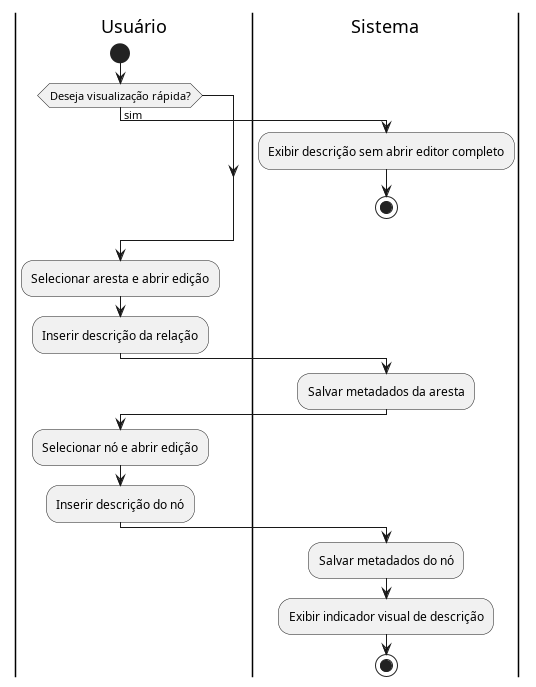
aspiringluke/Projeto-Integrado-Mobile keeps this PlantUML diagram as docs/casosUso/imagens/diagramas_atividade/diagrama_UC19.png. Above is the earlier version.
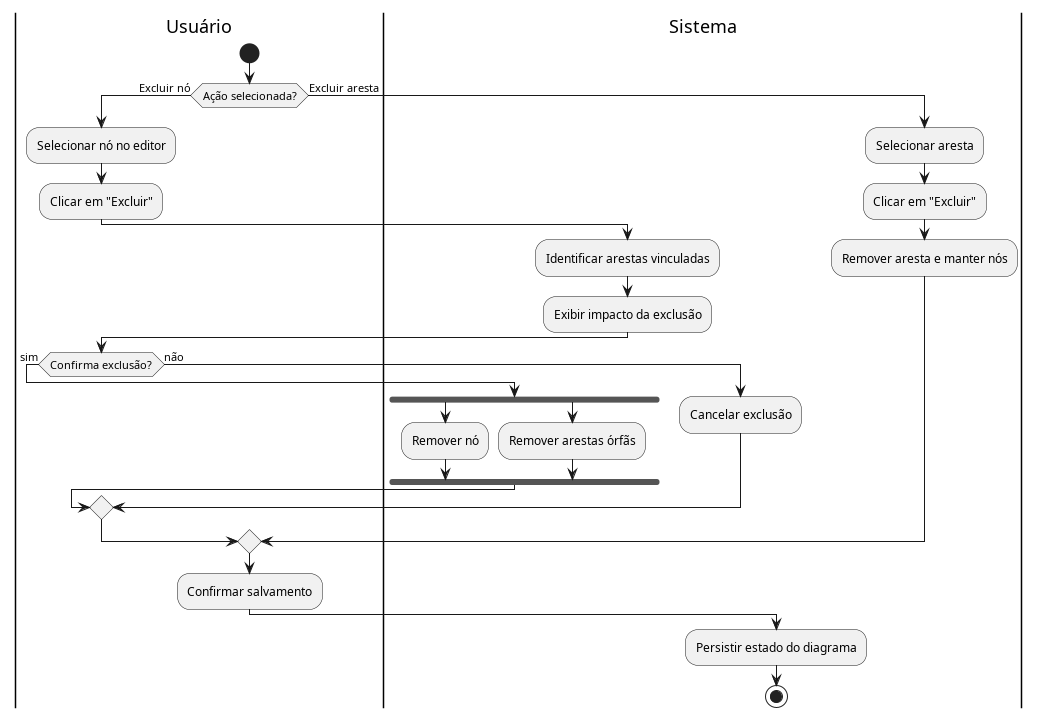
Above is the later version.

The edit, as a diff of the source:
```diff
@@ -2,26 +2,34 @@
 
 |Usuário|
 start
-if (Deseja visualização rápida?) then (sim)
+if (Ação selecionada?) then (Excluir nó)
+  :Selecionar nó no editor;
+  :Clicar em "Excluir";
   |Sistema|
-  :Exibir descrição sem abrir editor completo;
-  stop
+  :Identificar arestas vinculadas;
+  :Exibir impacto da exclusão;
+  |Usuário|
+  if (Confirma exclusão?) then (sim)
+    |Sistema|
+    fork
+      :Remover nó;
+    fork again
+      :Remover arestas órfãs;
+    end fork
+  else (não)
+    :Cancelar exclusão;
+  endif
+else (Excluir aresta)
+  :Selecionar aresta;
+  :Clicar em "Excluir";
+  |Sistema|
+  :Remover aresta e manter nós;
 endif
 
 |Usuário|
-:Selecionar aresta e abrir edição;
-:Inserir descrição da relação;
+:Confirmar salvamento;
 
 |Sistema|
-:Salvar metadados da aresta;
-
-|Usuário|
-:Selecionar nó e abrir edição;
-:Inserir descrição do nó;
-
-|Sistema|
-:Salvar metadados do nó;
-:Exibir indicador visual de descrição;
-
+:Persistir estado do diagrama;
 stop
 @enduml
```
